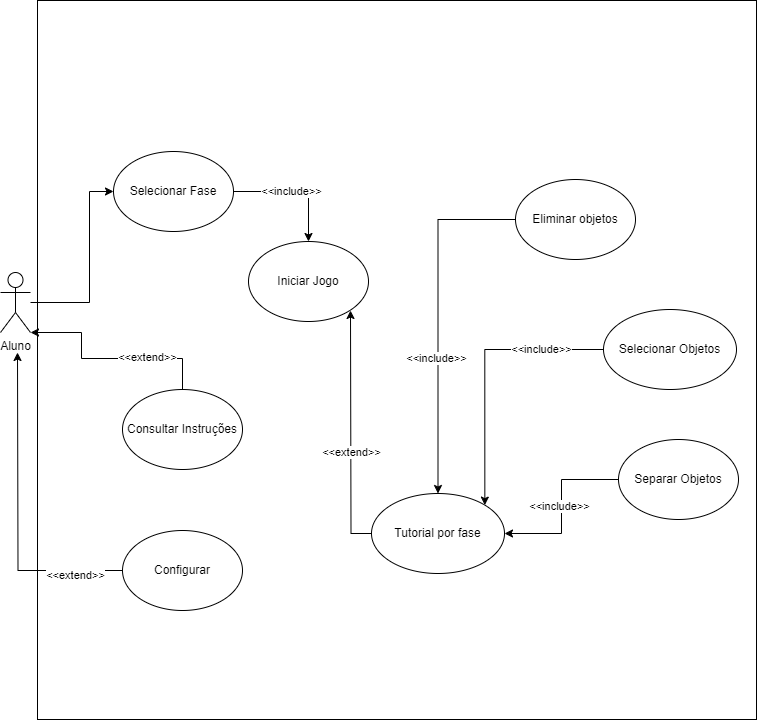
The draw.io diagram JOGOES.drawio.png in BrendaGarcez/Lixo-no-Lixo, before a commit. Source tidied: cells renumbered, new cells last; positions are measured from the earlier drawing's top-left corner, leaving out a move shared by most shapes.
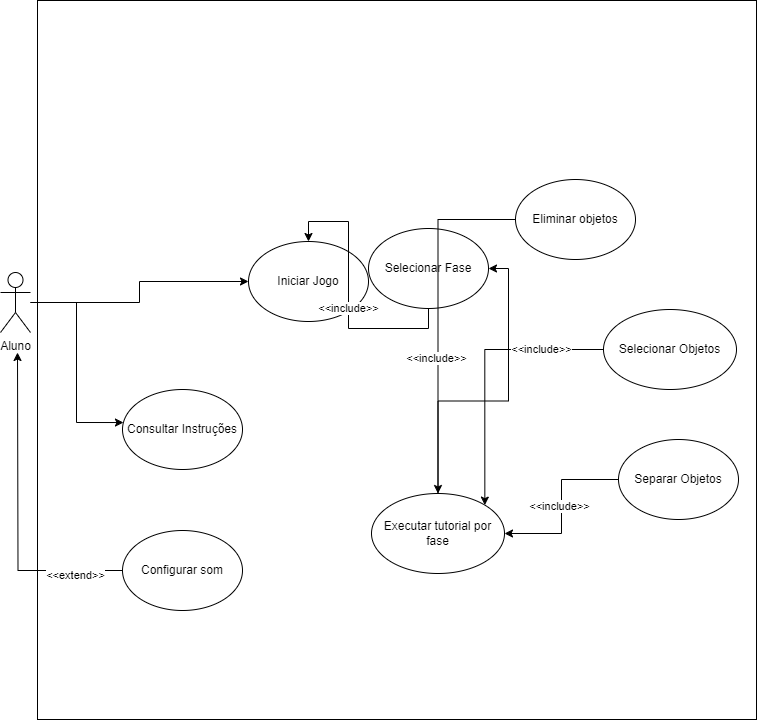
After the change.

The edit, as a diff of the source:
```diff
@@ -5,13 +5,9 @@
     <mxCell id="2" style="whiteSpace=wrap;html=1;" parent="1" vertex="1">
       <mxGeometry x="37" width="719" height="719" as="geometry" />
     </mxCell>
-    <mxCell id="3" style="edgeStyle=orthogonalEdgeStyle;rounded=0;jettySize=auto;html=1;entryX=0;entryY=0.5;entryDx=0;entryDy=0;" parent="1" edge="1" source="4" target="8">
-      <mxGeometry relative="1" as="geometry">
-        <Array as="points">
-          <mxPoint x="89" y="191" />
-        </Array>
-      </mxGeometry>
-    </mxCell>
+    <mxCell id="28" style="edgeStyle=orthogonalEdgeStyle;rounded=0;jettySize=auto;html=1;" parent="1" edge="1" source="4" target="5">
+      <mxGeometry relative="1" as="geometry" />
+    </mxCell>
     <mxCell id="4" value="Aluno" style="shape=umlActor;verticalLabelPosition=bottom;verticalAlign=top;html=1;outlineConnect=0;" parent="1" vertex="1">
       <mxGeometry y="272" width="30" height="60" as="geometry" />
     </mxCell>
@@ -25,32 +21,15 @@
       <mxGeometry x="-0.09" y="1" relative="1" as="geometry" />
     </mxCell>
     <mxCell id="8" value="Selecionar Fase" style="ellipse;whiteSpace=wrap;html=1;" parent="1" vertex="1">
-      <mxGeometry x="113" y="151" width="120" height="80" as="geometry" />
+      <mxGeometry x="368" y="228" width="120" height="80" as="geometry" />
     </mxCell>
-    <mxCell id="9" style="edgeStyle=orthogonalEdgeStyle;rounded=0;jettySize=auto;html=1;entryX=1;entryY=1;entryDx=0;entryDy=0;entryPerimeter=0;exitX=0.5;exitY=0;exitDx=0;exitDy=0;" parent="1" edge="1" source="11" target="4">
-      <mxGeometry relative="1" as="geometry">
-        <Array as="points">
-          <mxPoint x="182" y="358" />
-          <mxPoint x="81" y="358" />
-          <mxPoint x="81" y="332" />
-        </Array>
-      </mxGeometry>
-    </mxCell>
-    <mxCell id="10" value="&amp;lt;&amp;lt;extend&amp;gt;&amp;gt;" style="edgeLabel;html=1;align=center;verticalAlign=middle;" parent="9" vertex="1">
-      <mxGeometry x="-0.36" y="-2" relative="1" as="geometry" />
-    </mxCell>
     <mxCell id="11" value="Consultar Instruções" style="ellipse;whiteSpace=wrap;html=1;" parent="1" vertex="1">
       <mxGeometry x="122" y="389" width="120" height="80" as="geometry" />
     </mxCell>
-    <mxCell id="12" style="edgeStyle=orthogonalEdgeStyle;rounded=0;jettySize=auto;html=1;exitX=0;exitY=0.5;exitDx=0;exitDy=0;" parent="1" edge="1" source="14">
-      <mxGeometry relative="1" as="geometry">
-        <mxPoint x="350" y="310" as="targetPoint" />
-      </mxGeometry>
-    </mxCell>
-    <mxCell id="13" value="&amp;lt;&amp;lt;extend&amp;gt;&amp;gt;" style="edgeLabel;html=1;align=center;verticalAlign=middle;" parent="12" vertex="1">
-      <mxGeometry x="-0.16" relative="1" as="geometry" />
-    </mxCell>
+    <mxCell id="29" style="edgeStyle=orthogonalEdgeStyle;rounded=0;jettySize=auto;html=1;entryX=1;entryY=0.5;entryDx=0;entryDy=0;" parent="1" edge="1" source="14" target="8">
+      <mxGeometry relative="1" as="geometry" />
+    </mxCell>
-    <mxCell id="14" value="Tutorial por fase" style="ellipse;whiteSpace=wrap;html=1;" parent="1" vertex="1">
+    <mxCell id="14" value="Executar tutorial por fase" style="ellipse;whiteSpace=wrap;html=1;" parent="1" vertex="1">
       <mxGeometry x="371" y="493" width="133" height="80" as="geometry" />
     </mxCell>
     <mxCell id="15" style="edgeStyle=orthogonalEdgeStyle;rounded=0;orthogonalLoop=1;jettySize=auto;html=1;exitX=0;exitY=0.5;exitDx=0;exitDy=0;entryX=0;entryY=0.5;entryDx=0;entryDy=0;" parent="1" edge="1" source="24" target="24">
@@ -64,9 +43,12 @@
     <mxCell id="17" value="&amp;lt;&amp;lt;extend&amp;gt;&amp;gt;" style="edgeLabel;html=1;align=center;verticalAlign=middle;" parent="16" vertex="1">
       <mxGeometry x="-0.7" y="4" relative="1" as="geometry" />
     </mxCell>
-    <mxCell id="18" value="Configurar" style="ellipse;whiteSpace=wrap;html=1;" parent="1" vertex="1">
+    <mxCell id="18" value="Configurar som" style="ellipse;whiteSpace=wrap;html=1;" parent="1" vertex="1">
       <mxGeometry x="122" y="530" width="120" height="80" as="geometry" />
     </mxCell>
+    <mxCell id="30" style="edgeStyle=orthogonalEdgeStyle;rounded=0;jettySize=auto;html=1;entryX=0.008;entryY=0.413;entryDx=0;entryDy=0;entryPerimeter=0;" parent="1" edge="1" source="4" target="11">
+      <mxGeometry relative="1" as="geometry" />
+    </mxCell>
     <mxCell id="19" style="edgeStyle=orthogonalEdgeStyle;rounded=0;jettySize=auto;html=1;entryX=1;entryY=0;entryDx=0;entryDy=0;" parent="1" edge="1" source="21" target="14">
       <mxGeometry relative="1" as="geometry" />
     </mxCell>
```
